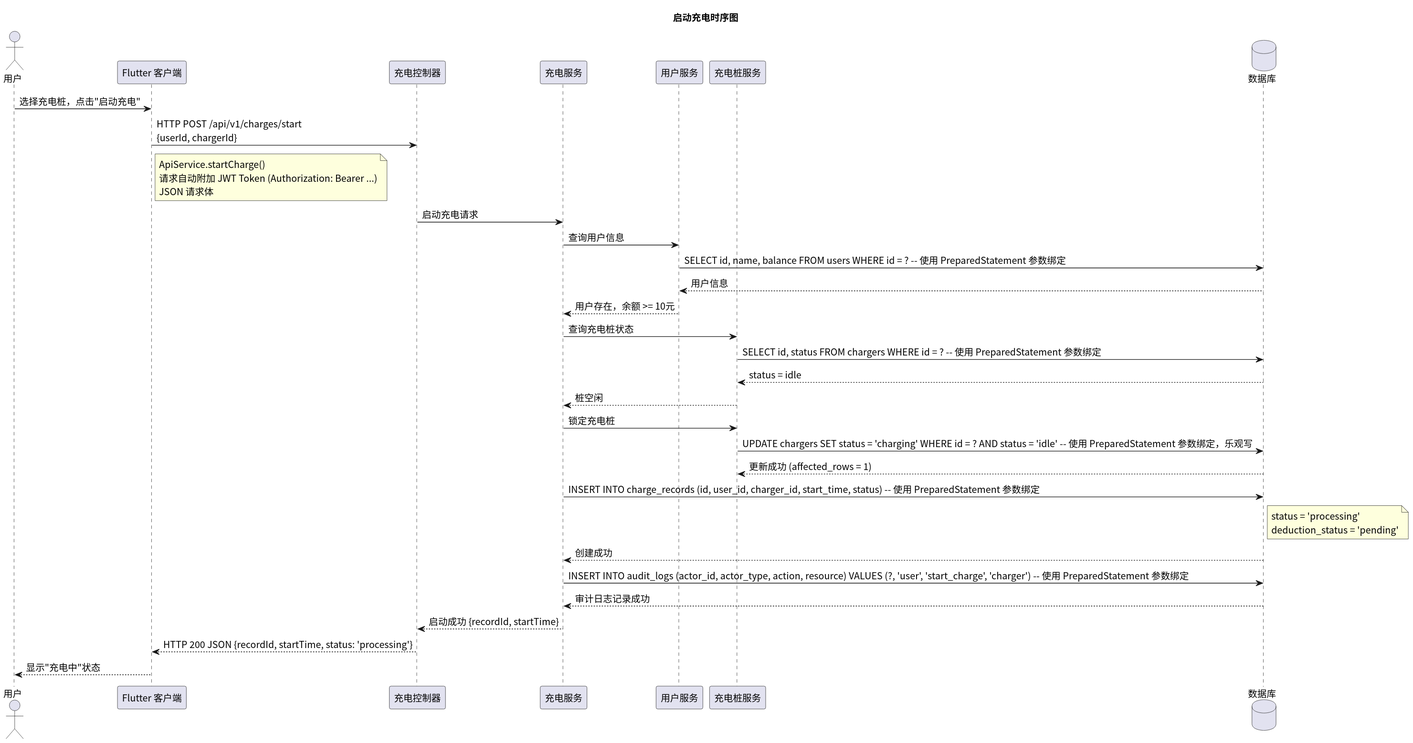
greenhandzdl/charging-station-doc keeps this PlantUML diagram as time/img/sequence_charging.svg. Above is the earlier version.
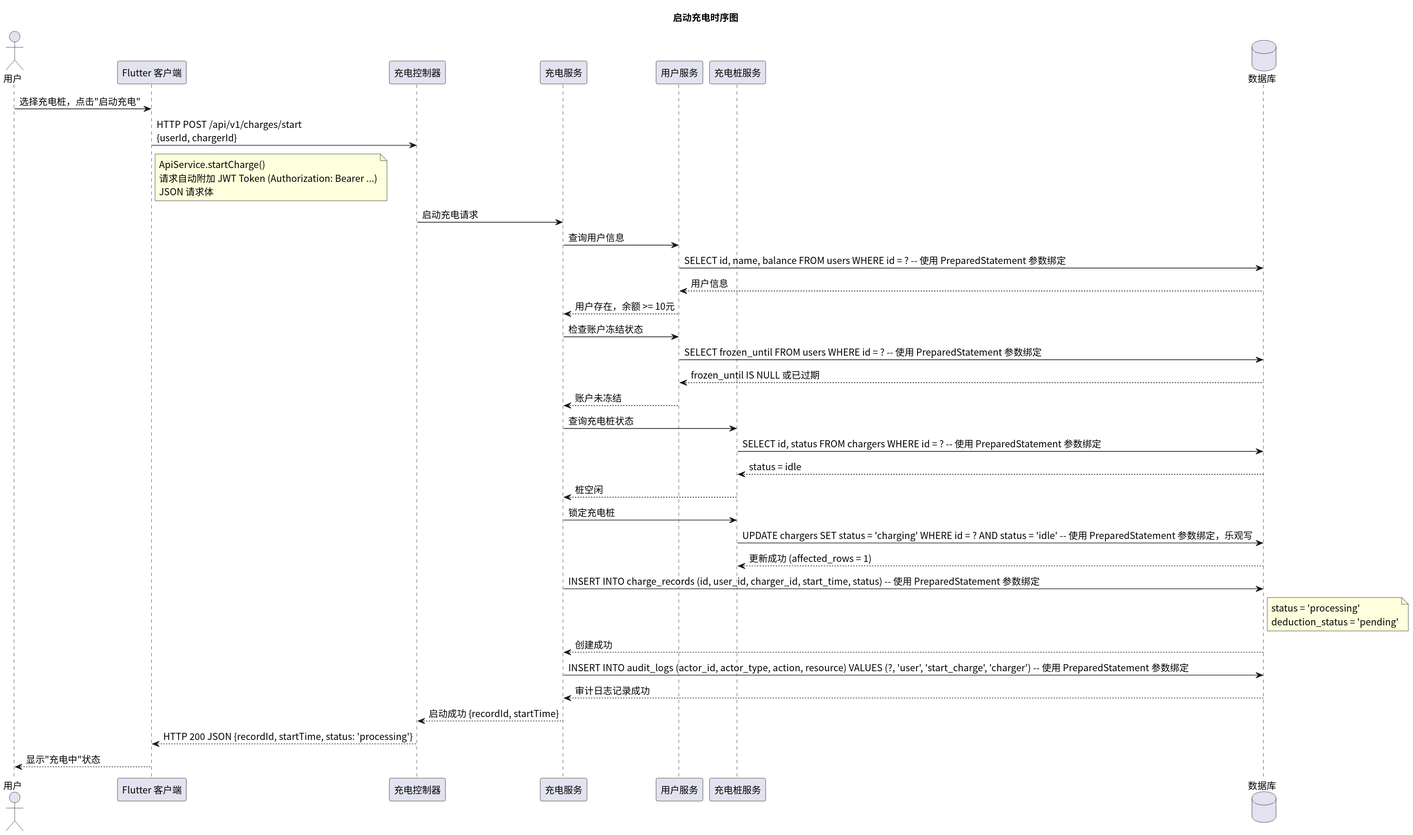
After the change.

What changed in the source:
```diff
@@ -22,6 +22,11 @@
 DB --> US: 用户信息
 US --> Service: 用户存在，余额 >= 10元
 
+Service -> US: 检查账户冻结状态
+US -> DB: SELECT frozen_until FROM users WHERE id = ? -- 使用 PreparedStatement 参数绑定
+DB --> US: frozen_until IS NULL 或已过期
+US --> Service: 账户未冻结
+
 Service -> CS: 查询充电桩状态
 CS -> DB: SELECT id, status FROM chargers WHERE id = ? -- 使用 PreparedStatement 参数绑定
 DB --> CS: status = idle
```
